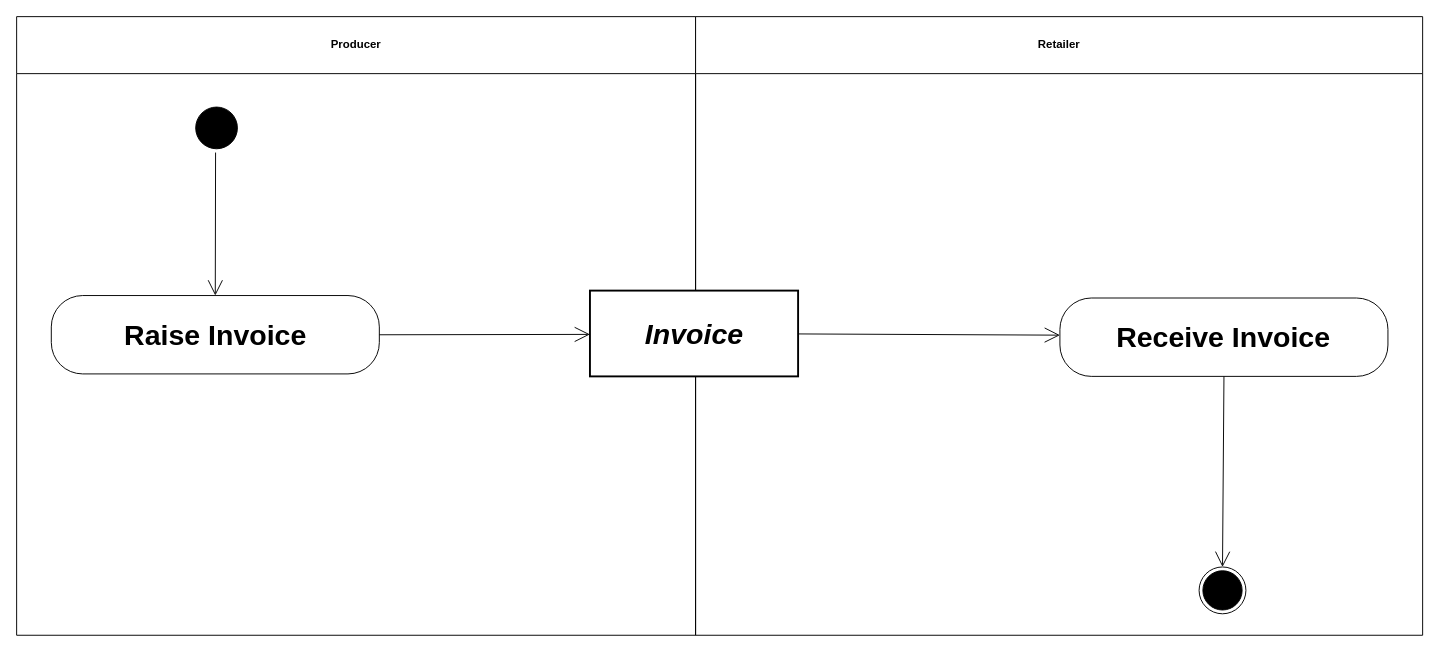
Earlier version of the draw.io diagram diagrams/UBL-2.2-CRP-Invoicing/UBL-2.2-CRP-Invoicing.drawio (kduvekot/ubl-work-on-svg-images). Source tidied: cells renumbered, new cells numbered last; positions are measured from the earlier drawing's top-left corner, leaving out a move shared by most shapes. Both pictures are drawn from the tidied source at 95%, with x=0, y=0 at pixel (16, 16).
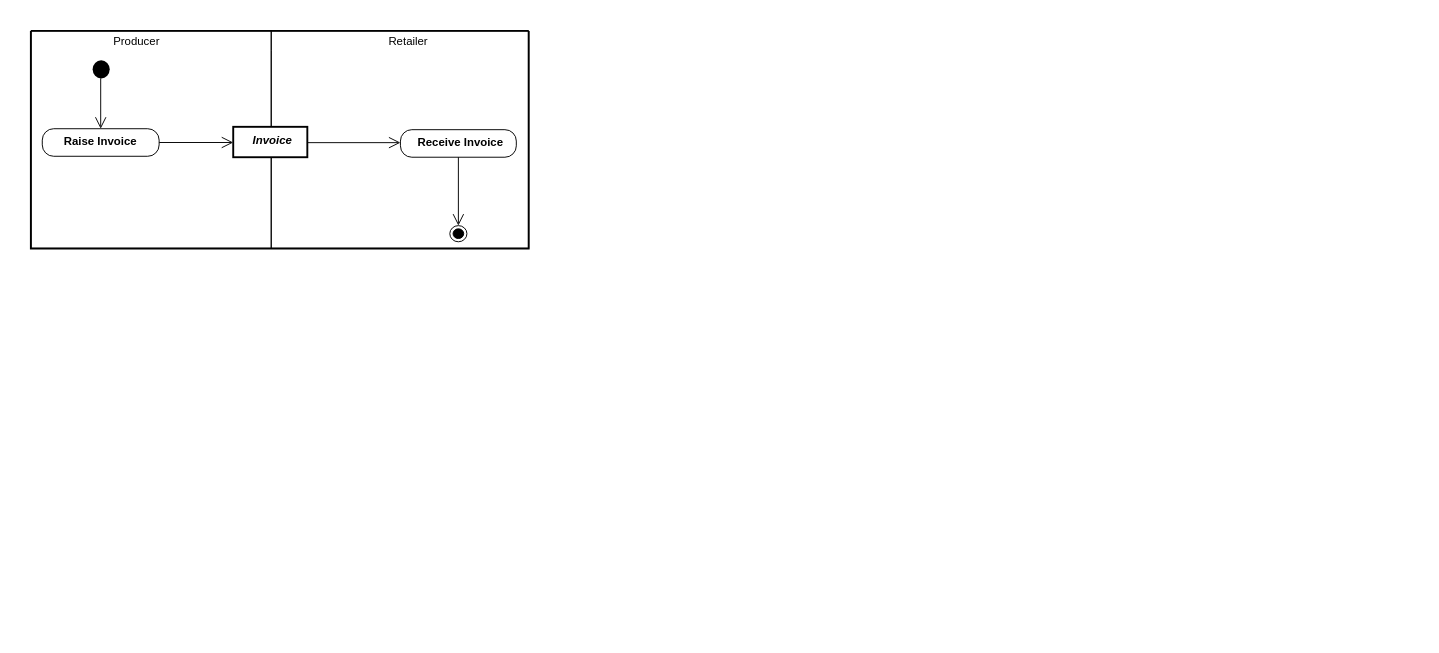
The same page after the edit.

Change to the diagram source:
```diff
@@
 <mxGraphModel>
   <root>
     <mxCell id="0" />
     <mxCell id="1" parent="0" />
+    <mxCell id="13" style="swimlane;html=1;startSize=0;whiteSpace=wrap;fillColor=none;strokeWidth=2;" parent="1" vertex="1">
+      <mxGeometry x="15" y="15" width="524" height="229" as="geometry" />
+    </mxCell>
-    <mxCell id="2" value="Producer" style="swimlane;whiteSpace=wrap;html=1;startSize=60;" parent="1" vertex="1">
-      <mxGeometry width="714.7" height="651.2" as="geometry" />
+    <mxCell id="2" value="Producer" style="swimlane;horizontal=1;startSize=21;swimlaneLine=0;html=1;fillColor=none;fontSize=12;fontStyle=0;spacing=0;spacingRight=31;" parent="13" vertex="1">
+      <mxGeometry width="253" height="229" as="geometry" />
     </mxCell>
-    <mxCell id="3" value="Retailer" style="swimlane;whiteSpace=wrap;html=1;startSize=60;" parent="1" vertex="1">
-      <mxGeometry x="714.7" width="765.3" height="651.2" as="geometry" />
+    <mxCell id="3" value="Retailer" style="swimlane;horizontal=1;startSize=21;swimlaneLine=0;html=1;fillColor=none;fontSize=12;fontStyle=0;spacing=0;spacingLeft=16;" parent="13" vertex="1">
+      <mxGeometry x="253" width="271" height="229" as="geometry" />
     </mxCell>
-    <mxCell id="4" style="ellipse;html=1;shape=startState;fillColor=#000000;strokeColor=#000000;fontFamily=Helvetica;fontSize=30;" parent="1" vertex="1">
-      <mxGeometry x="184.5" y="91.2" width="51.9" height="51.9" as="geometry" />
+    <mxCell id="4" style="ellipse;shape=startState;fillColor=#000000;strokeColor=none;html=1;" parent="2" vertex="1">
+      <mxGeometry x="61" y="27" width="26" height="27" as="geometry" />
     </mxCell>
-    <mxCell id="5" value="Invoice" style="rounded=0;whiteSpace=wrap;html=1;fontStyle=3;strokeWidth=2;fontFamily=Helvetica;fontSize=30;" parent="1" vertex="1">
-      <mxGeometry x="603.5" y="288.4" width="219.1" height="90.3" as="geometry" />
+    <mxCell id="5" value="Invoice" style="rounded=0;html=1;whiteSpace=nowrap;fontSize=12;fontStyle=3;align=center;verticalAlign=middle;spacing=0;spacingLeft=3;spacingBottom=2;strokeWidth=2;" parent="3" vertex="1">
+      <mxGeometry x="-40" y="101" width="78" height="32" as="geometry" />
     </mxCell>
-    <mxCell id="6" value="Raise Invoice" style="rounded=1;arcSize=40;whiteSpace=wrap;html=1;fontStyle=1;fontFamily=Helvetica;fontSize=30;" parent="1" vertex="1">
-      <mxGeometry x="36.5" y="293.6" width="345.3" height="82.5" as="geometry" />
+    <mxCell id="6" value="Raise Invoice" style="rounded=1;absoluteArcSize=1;arcSize=24;html=1;whiteSpace=nowrap;fontSize=12;fontStyle=1;align=center;verticalAlign=middle;spacing=0;spacingRight=1;spacingBottom=1;" parent="2" vertex="1">
+      <mxGeometry x="12" y="103" width="123" height="29" as="geometry" />
     </mxCell>
-    <mxCell id="7" value="Receive Invoice" style="rounded=1;arcSize=40;whiteSpace=wrap;html=1;fontStyle=1;fontFamily=Helvetica;fontSize=30;" parent="1" vertex="1">
-      <mxGeometry x="1098.2" y="296.2" width="345.3" height="82.5" as="geometry" />
+    <mxCell id="7" value="Receive Invoice" style="rounded=1;absoluteArcSize=1;arcSize=24;html=1;whiteSpace=nowrap;fontSize=12;fontStyle=1;align=center;verticalAlign=middle;spacing=0;spacingLeft=4;spacingBottom=1;" parent="3" vertex="1">
+      <mxGeometry x="136" y="104" width="122" height="29" as="geometry" />
     </mxCell>
-    <mxCell id="8" style="ellipse;html=1;shape=endState;fillColor=#000000;strokeColor=#000000;fontFamily=Helvetica;fontSize=30;" parent="1" vertex="1">
-      <mxGeometry x="1244.7" y="579.3" width="49.3" height="49.3" as="geometry" />
+    <mxCell id="8" style="ellipse;shape=endState;fillColor=#000000;html=1;" parent="3" vertex="1">
+      <mxGeometry x="188" y="205" width="18" height="17" as="geometry" />
     </mxCell>
-    <mxCell id="9" style="edgeStyle=none;rounded=0;html=1;endArrow=open;endFill=0;endSize=14;exitX=0.474;exitY=1.0;entryX=0.4999;entryY=0.0;" parent="1" edge="1" source="4" target="6">
+    <mxCell id="9" style="edgeStyle=none;rounded=0;html=1;endArrow=open;endFill=0;endSize=10;exitPerimeter=0;entryX=0.5;entryY=0;entryPerimeter=0;exitX=0.480769;exitY=0.8485;" parent="2" edge="1" source="4" target="6">
       <mxGeometry relative="1" as="geometry" />
     </mxCell>
-    <mxCell id="10" style="edgeStyle=none;rounded=0;html=1;endArrow=open;endFill=0;endSize=14;exitX=1.0;exitY=0.5006;entryX=0.0;entryY=0.5105;" parent="1" edge="1" source="6" target="5">
+    <mxCell id="10" style="edgeStyle=none;rounded=0;html=1;endArrow=open;endFill=0;endSize=10;exitX=1;exitY=0.5;exitPerimeter=0;entryPerimeter=0;entryX=0;entryY=0.515625;" parent="13" edge="1" source="6" target="5">
       <mxGeometry relative="1" as="geometry" />
     </mxCell>
-    <mxCell id="11" style="edgeStyle=none;rounded=0;html=1;endArrow=open;endFill=0;endSize=14;exitX=1.0;exitY=0.505;entryX=0.0;entryY=0.4739;" parent="1" edge="1" source="5" target="7">
+    <mxCell id="11" style="edgeStyle=none;rounded=0;html=1;endArrow=open;endFill=0;endSize=10;exitPerimeter=0;entryX=0;entryY=0.471;entryPerimeter=0;exitX=1;exitY=0.520594;" parent="3" edge="1" source="5" target="7">
       <mxGeometry relative="1" as="geometry" />
     </mxCell>
-    <mxCell id="12" style="edgeStyle=none;rounded=0;html=1;endArrow=open;endFill=0;endSize=14;exitX=0.5001;exitY=1.0;entryX=0.5132;entryY=0.0;" parent="1" edge="1" source="7" target="8">
+    <mxCell id="12" style="edgeStyle=none;rounded=0;html=1;endArrow=open;endFill=0;endSize=10;exitX=0.5;exitY=1;exitPerimeter=0;entryPerimeter=0;entryX=0.5;entryY=0;" parent="3" edge="1" source="7" target="8">
       <mxGeometry relative="1" as="geometry" />
     </mxCell>
   </root>
 </mxGraphModel>
```
